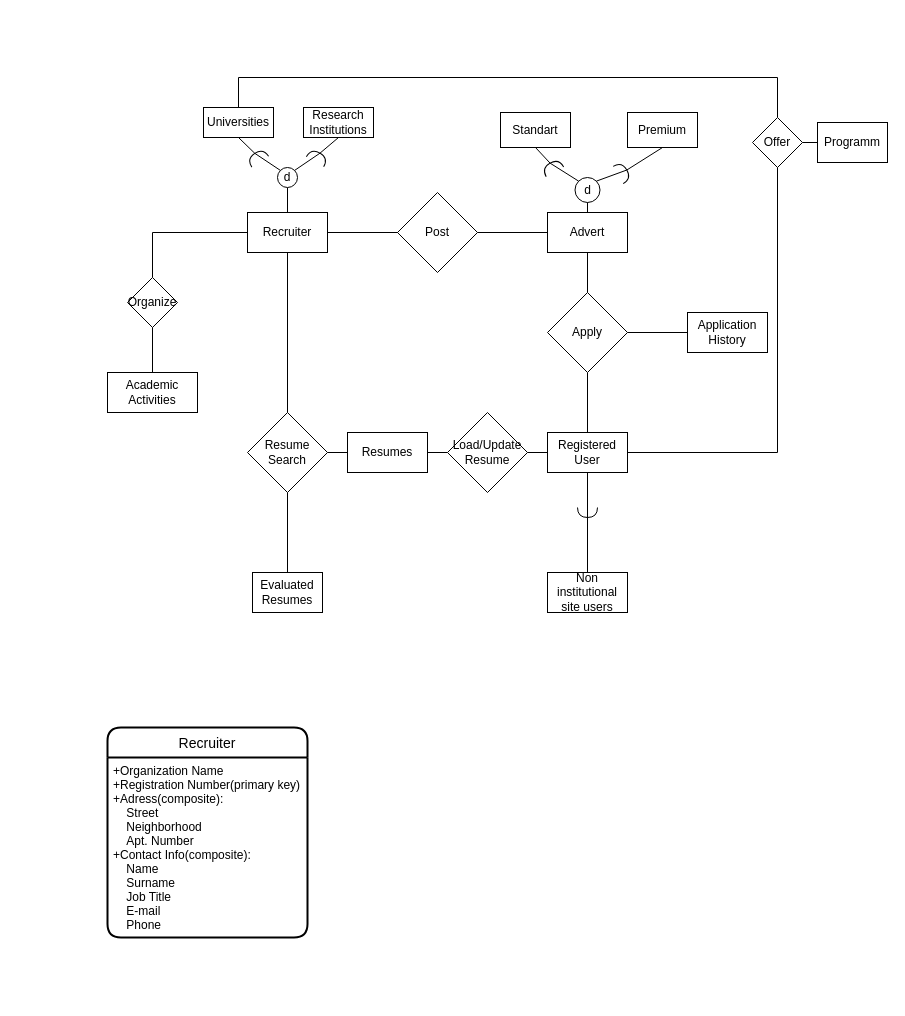
Above: Untitled Diagram.drawio in elkesh/intro_to_database (draw.io), before the change. Source tidied: cells renumbered, new cells numbered last; positions are measured from the earlier drawing's top-left corner, leaving out a move shared by most shapes. Both pictures are drawn from the tidied source at 100%, with x=0, y=0 at pixel (107, 77).
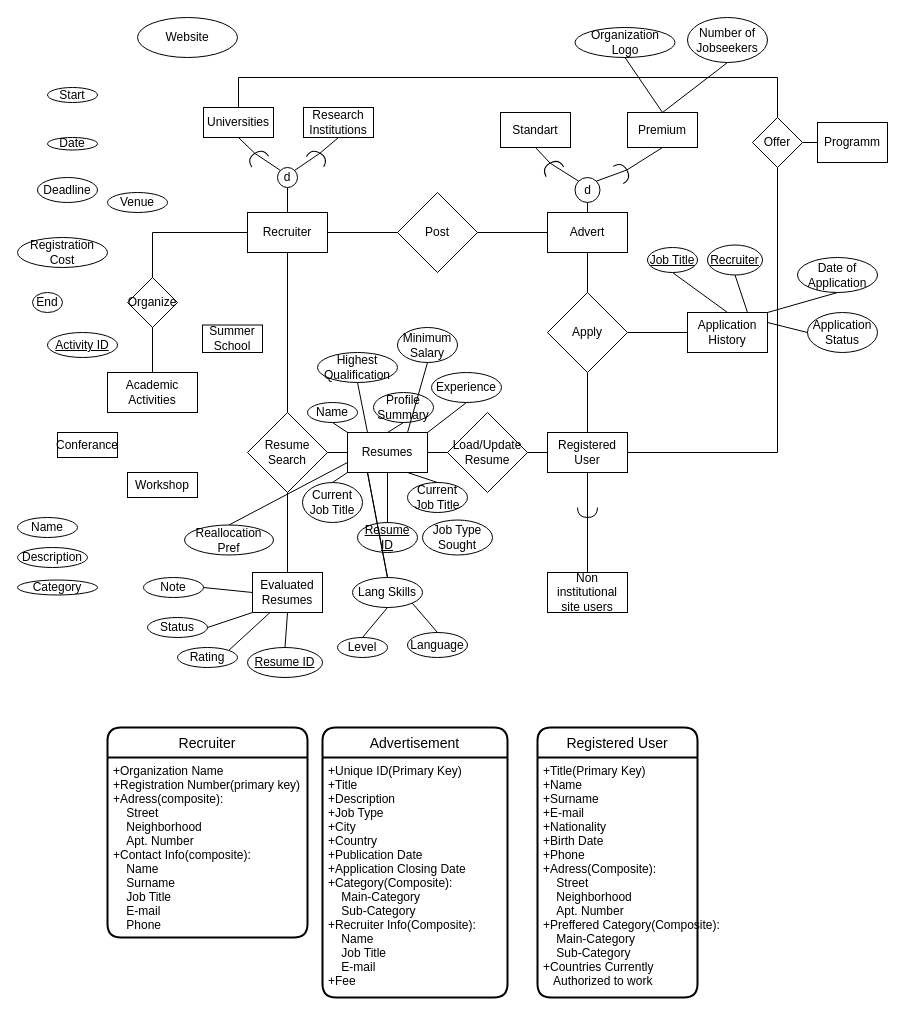
After the change.

Unchanged cells that the change refers to:
```xml
<mxCell id="6" value="Evaluated&lt;br&gt;Resumes" style="rounded=0;whiteSpace=wrap;html=1;" parent="1" vertex="1">
  <mxGeometry x="145" y="495" width="70" height="40" as="geometry" />
</mxCell>
<mxCell id="8" value="Resumes" style="rounded=0;whiteSpace=wrap;html=1;" parent="1" vertex="1">
  <mxGeometry x="240" y="355" width="80" height="40" as="geometry" />
</mxCell>
<mxCell id="18" value="Application&lt;br&gt;History" style="rounded=0;whiteSpace=wrap;html=1;" parent="1" vertex="1">
  <mxGeometry x="580" y="235" width="80" height="40" as="geometry" />
</mxCell>
<mxCell id="47" value="Premium" style="rounded=0;whiteSpace=wrap;html=1;" parent="1" vertex="1">
  <mxGeometry x="520" y="35" width="70" height="35" as="geometry" />
</mxCell>
```

The edit, as a diff of the source:
```diff
@@
+    <mxCell id="56" value="Advertisement" style="swimlane;horizontal=1;startSize=30;rounded=1;fontSize=14;fontStyle=0;strokeWidth=2;shadow=0;dashed=0;align=center;" parent="1" vertex="1">
+      <mxGeometry x="215" y="650" width="185" height="270" as="geometry" />
+    </mxCell>
+    <mxCell id="57" value="+Unique ID(Primary Key)&#10;+Title&#10;+Description&#10;+Job Type&#10;+City&#10;+Country&#10;+Publication Date&#10;+Application Closing Date&#10;+Category(Composite):&#10;    Main-Category&#10;    Sub-Category&#10;+Recruiter Info(Composite):&#10;    Name&#10;    Job Title&#10;    E-mail&#10;+Fee&#10;    " style="align=left;strokeColor=none;fillColor=none;spacingLeft=4;fontSize=12;verticalAlign=top;" parent="56" vertex="1">
+      <mxGeometry y="30" width="185" height="240" as="geometry" />
+    </mxCell>
+    <mxCell id="58" value="Organization Logo" style="ellipse;whiteSpace=wrap;html=1;align=center;" parent="1" vertex="1">
+      <mxGeometry x="467.5" y="-50" width="100" height="30" as="geometry" />
+    </mxCell>
+    <mxCell id="59" style="endArrow=none;html=1;rounded=0;entryX=0.5;entryY=0;entryDx=0;entryDy=0;exitX=0.5;exitY=1;exitDx=0;exitDy=0;" parent="1" edge="1" source="58" target="47">
+      <mxGeometry relative="1" as="geometry" />
+    </mxCell>
+    <mxCell id="60" value="Number of Jobseekers" style="ellipse;whiteSpace=wrap;html=1;align=center;" parent="1" vertex="1">
+      <mxGeometry x="580" y="-60" width="80" height="45" as="geometry" />
+    </mxCell>
+    <mxCell id="61" style="endArrow=none;html=1;rounded=0;exitX=0.5;exitY=0;exitDx=0;exitDy=0;entryX=0.5;entryY=1;entryDx=0;entryDy=0;" parent="1" edge="1" source="47" target="60">
+      <mxGeometry relative="1" as="geometry" />
+    </mxCell>
+    <mxCell id="62" value="Registered User" style="swimlane;horizontal=1;startSize=30;rounded=1;fontSize=14;fontStyle=0;strokeWidth=2;shadow=0;dashed=0;align=center;" parent="1" vertex="1">
+      <mxGeometry x="430" y="650" width="160" height="270" as="geometry" />
+    </mxCell>
+    <mxCell id="63" value="+Title(Primary Key)&#10;+Name&#10;+Surname&#10;+E-mail&#10;+Nationality&#10;+Birth Date&#10;+Phone&#10;+Adress(Composite):&#10;    Street&#10;    Neighborhood&#10;    Apt. Number&#10;+Preffered Category(Composite):&#10;    Main-Category&#10;    Sub-Category&#10;+Countries Currently &#10;   Authorized to work&#10;&#10;    " style="align=left;strokeColor=none;fillColor=none;spacingLeft=4;fontSize=12;verticalAlign=top;" parent="62" vertex="1">
+      <mxGeometry y="30" width="160" height="240" as="geometry" />
+    </mxCell>
+    <mxCell id="64" value="Name" style="ellipse;whiteSpace=wrap;html=1;align=center;" parent="1" vertex="1">
+      <mxGeometry x="200" y="325" width="50" height="20" as="geometry" />
+    </mxCell>
+    <mxCell id="65" value="Profile Summary" style="ellipse;whiteSpace=wrap;html=1;align=center;" parent="1" vertex="1">
+      <mxGeometry x="266" y="315" width="60" height="30" as="geometry" />
+    </mxCell>
+    <mxCell id="66" value="Current Job Title" style="ellipse;whiteSpace=wrap;html=1;align=center;" parent="1" vertex="1">
+      <mxGeometry x="195" y="405" width="60" height="40" as="geometry" />
+    </mxCell>
+    <mxCell id="67" value="Resume ID" style="ellipse;whiteSpace=wrap;html=1;align=center;fontStyle=4;" parent="1" vertex="1">
+      <mxGeometry x="250" y="445" width="60" height="30" as="geometry" />
+    </mxCell>
+    <mxCell id="68" value="Current Job Title" style="ellipse;whiteSpace=wrap;html=1;align=center;" parent="1" vertex="1">
+      <mxGeometry x="300" y="405" width="60" height="30" as="geometry" />
+    </mxCell>
+    <mxCell id="69" value="Experience" style="ellipse;whiteSpace=wrap;html=1;align=center;" parent="1" vertex="1">
+      <mxGeometry x="324" y="295" width="70" height="30" as="geometry" />
+    </mxCell>
+    <mxCell id="70" value="Job Type Sought" style="ellipse;whiteSpace=wrap;html=1;align=center;" parent="1" vertex="1">
+      <mxGeometry x="315" y="442.5" width="70" height="35" as="geometry" />
+    </mxCell>
+    <mxCell id="71" value="Minimum Salary" style="ellipse;whiteSpace=wrap;html=1;align=center;" parent="1" vertex="1">
+      <mxGeometry x="290" y="250" width="60" height="35" as="geometry" />
+    </mxCell>
+    <mxCell id="72" value="Highest Qualification" style="ellipse;whiteSpace=wrap;html=1;align=center;" parent="1" vertex="1">
+      <mxGeometry x="210" y="275" width="80" height="30" as="geometry" />
+    </mxCell>
+    <mxCell id="73" value="Lang Skills" style="ellipse;whiteSpace=wrap;html=1;align=center;" parent="1" vertex="1">
+      <mxGeometry x="245" y="500" width="70" height="30" as="geometry" />
+    </mxCell>
+    <mxCell id="74" value="Language" style="ellipse;whiteSpace=wrap;html=1;align=center;" parent="1" vertex="1">
+      <mxGeometry x="300" y="555" width="60" height="25" as="geometry" />
+    </mxCell>
+    <mxCell id="75" value="Level" style="ellipse;whiteSpace=wrap;html=1;align=center;" parent="1" vertex="1">
+      <mxGeometry x="230" y="560" width="50" height="20" as="geometry" />
+    </mxCell>
+    <mxCell id="76" value="Reallocation Pref" style="ellipse;whiteSpace=wrap;html=1;align=center;" parent="1" vertex="1">
+      <mxGeometry x="77" y="447.5" width="89" height="30" as="geometry" />
+    </mxCell>
+    <mxCell id="77" style="endArrow=none;html=1;rounded=0;exitX=0.5;exitY=0;exitDx=0;exitDy=0;entryX=0;entryY=1;entryDx=0;entryDy=0;" parent="1" edge="1" source="66" target="8">
+      <mxGeometry relative="1" as="geometry" />
+    </mxCell>
+    <mxCell id="78" style="endArrow=none;html=1;rounded=0;entryX=0.5;entryY=0;entryDx=0;entryDy=0;exitX=0.5;exitY=1;exitDx=0;exitDy=0;" parent="1" edge="1" source="8" target="67">
+      <mxGeometry relative="1" as="geometry" />
+    </mxCell>
+    <mxCell id="79" style="endArrow=none;html=1;rounded=0;entryX=0.5;entryY=0;entryDx=0;entryDy=0;exitX=0.75;exitY=1;exitDx=0;exitDy=0;" parent="1" edge="1" source="8" target="68">
+      <mxGeometry relative="1" as="geometry" />
+    </mxCell>
+    <mxCell id="80" style="endArrow=none;html=1;rounded=0;entryX=0.5;entryY=1;entryDx=0;entryDy=0;exitX=1;exitY=0;exitDx=0;exitDy=0;" parent="1" edge="1" source="8" target="69">
+      <mxGeometry relative="1" as="geometry" />
+    </mxCell>
+    <mxCell id="81" style="endArrow=none;html=1;rounded=0;entryX=0.5;entryY=1;entryDx=0;entryDy=0;exitX=0;exitY=0;exitDx=0;exitDy=0;" parent="1" edge="1" source="8" target="64">
+      <mxGeometry relative="1" as="geometry" />
+    </mxCell>
+    <mxCell id="82" style="endArrow=none;html=1;rounded=0;entryX=0.5;entryY=1;entryDx=0;entryDy=0;exitX=0.25;exitY=0;exitDx=0;exitDy=0;" parent="1" edge="1" source="8" target="72">
+      <mxGeometry relative="1" as="geometry" />
+    </mxCell>
+    <mxCell id="83" style="endArrow=none;html=1;rounded=0;entryX=0.5;entryY=1;entryDx=0;entryDy=0;exitX=0.5;exitY=0;exitDx=0;exitDy=0;" parent="1" edge="1" source="8" target="65">
+      <mxGeometry relative="1" as="geometry" />
+    </mxCell>
+    <mxCell id="84" style="endArrow=none;html=1;rounded=0;entryX=0.5;entryY=1;entryDx=0;entryDy=0;exitX=0.75;exitY=0;exitDx=0;exitDy=0;" parent="1" edge="1" source="8" target="71">
+      <mxGeometry relative="1" as="geometry" />
+    </mxCell>
+    <mxCell id="85" style="endArrow=none;html=1;rounded=0;exitX=0.5;exitY=0;exitDx=0;exitDy=0;entryX=0;entryY=0.75;entryDx=0;entryDy=0;" parent="1" edge="1" source="76" target="8">
+      <mxGeometry relative="1" as="geometry" />
+    </mxCell>
+    <mxCell id="86" style="endArrow=none;html=1;rounded=0;exitX=0.25;exitY=1;exitDx=0;exitDy=0;" parent="1" edge="1" source="8">
+      <mxGeometry relative="1" as="geometry">
+        <mxPoint x="260" y="395" as="targetPoint" />
+        <Array as="points">
+          <mxPoint x="280" y="500" />
+        </Array>
+      </mxGeometry>
+    </mxCell>
+    <mxCell id="87" style="endArrow=none;html=1;rounded=0;entryX=0.5;entryY=0;entryDx=0;entryDy=0;exitX=0.5;exitY=1;exitDx=0;exitDy=0;" parent="1" edge="1" source="73" target="75">
+      <mxGeometry relative="1" as="geometry" />
+    </mxCell>
+    <mxCell id="88" style="endArrow=none;html=1;rounded=0;entryX=0.5;entryY=0;entryDx=0;entryDy=0;exitX=1;exitY=1;exitDx=0;exitDy=0;" parent="1" edge="1" source="73" target="74">
+      <mxGeometry relative="1" as="geometry" />
+    </mxCell>
+    <mxCell id="89" style="endArrow=none;html=1;rounded=0;entryX=0.5;entryY=0;entryDx=0;entryDy=0;exitX=0.5;exitY=1;exitDx=0;exitDy=0;" parent="1" edge="1" source="90" target="18">
+      <mxGeometry relative="1" as="geometry" />
+    </mxCell>
+    <mxCell id="90" value="Job Title" style="ellipse;whiteSpace=wrap;html=1;align=center;fontStyle=4;" parent="1" vertex="1">
+      <mxGeometry x="540" y="170" width="50" height="25" as="geometry" />
+    </mxCell>
+    <mxCell id="91" value="Recruiter" style="ellipse;whiteSpace=wrap;html=1;align=center;fontStyle=4;" parent="1" vertex="1">
+      <mxGeometry x="600" y="167.5" width="55" height="30" as="geometry" />
+    </mxCell>
+    <mxCell id="92" style="endArrow=none;html=1;rounded=0;exitX=0.5;exitY=1;exitDx=0;exitDy=0;entryX=0.75;entryY=0;entryDx=0;entryDy=0;" parent="1" edge="1" source="91" target="18">
+      <mxGeometry relative="1" as="geometry" />
+    </mxCell>
+    <mxCell id="93" value="Date of Application" style="ellipse;whiteSpace=wrap;html=1;align=center;" parent="1" vertex="1">
+      <mxGeometry x="690" y="180" width="80" height="35" as="geometry" />
+    </mxCell>
+    <mxCell id="94" style="endArrow=none;html=1;rounded=0;exitX=1;exitY=0;exitDx=0;exitDy=0;entryX=0.5;entryY=1;entryDx=0;entryDy=0;" parent="1" edge="1" source="18" target="93">
+      <mxGeometry relative="1" as="geometry" />
+    </mxCell>
+    <mxCell id="95" value="Application Status" style="ellipse;whiteSpace=wrap;html=1;align=center;" parent="1" vertex="1">
+      <mxGeometry x="700" y="235" width="70" height="40" as="geometry" />
+    </mxCell>
+    <mxCell id="96" style="endArrow=none;html=1;rounded=0;exitX=1;exitY=0.25;exitDx=0;exitDy=0;entryX=0;entryY=0.5;entryDx=0;entryDy=0;" parent="1" edge="1" source="18" target="95">
+      <mxGeometry relative="1" as="geometry" />
+    </mxCell>
+    <mxCell id="97" value="Rating" style="ellipse;whiteSpace=wrap;html=1;align=center;" parent="1" vertex="1">
+      <mxGeometry x="70" y="570" width="60" height="20" as="geometry" />
+    </mxCell>
+    <mxCell id="98" value="Status" style="ellipse;whiteSpace=wrap;html=1;align=center;" parent="1" vertex="1">
+      <mxGeometry x="40" y="540" width="60" height="20" as="geometry" />
+    </mxCell>
+    <mxCell id="99" value="Resume ID" style="ellipse;whiteSpace=wrap;html=1;align=center;fontStyle=4;" parent="1" vertex="1">
+      <mxGeometry x="140" y="570" width="75" height="30" as="geometry" />
+    </mxCell>
+    <mxCell id="100" value="Note" style="ellipse;whiteSpace=wrap;html=1;align=center;" parent="1" vertex="1">
+      <mxGeometry x="36" y="500" width="60" height="20" as="geometry" />
+    </mxCell>
+    <mxCell id="101" style="endArrow=none;html=1;rounded=0;exitX=0.5;exitY=0;exitDx=0;exitDy=0;entryX=0.5;entryY=1;entryDx=0;entryDy=0;" parent="1" edge="1" source="99" target="6">
+      <mxGeometry relative="1" as="geometry" />
+    </mxCell>
+    <mxCell id="102" style="endArrow=none;html=1;rounded=0;exitX=1;exitY=0;exitDx=0;exitDy=0;entryX=0.25;entryY=1;entryDx=0;entryDy=0;" parent="1" edge="1" source="97" target="6">
+      <mxGeometry relative="1" as="geometry" />
+    </mxCell>
+    <mxCell id="103" style="endArrow=none;html=1;rounded=0;exitX=1;exitY=0.5;exitDx=0;exitDy=0;entryX=0;entryY=1;entryDx=0;entryDy=0;" parent="1" edge="1" source="98" target="6">
+      <mxGeometry relative="1" as="geometry" />
+    </mxCell>
+    <mxCell id="104" style="endArrow=none;html=1;rounded=0;exitX=1;exitY=0.5;exitDx=0;exitDy=0;entryX=0;entryY=0.5;entryDx=0;entryDy=0;" parent="1" edge="1" source="100" target="6">
+      <mxGeometry relative="1" as="geometry" />
+    </mxCell>
+    <mxCell id="105" value="Conferance" style="whiteSpace=wrap;html=1;align=center;" parent="1" vertex="1">
+      <mxGeometry x="-50" y="355" width="60" height="25" as="geometry" />
+    </mxCell>
+    <mxCell id="106" value="Workshop" style="whiteSpace=wrap;html=1;align=center;" parent="1" vertex="1">
+      <mxGeometry x="20" y="395" width="70" height="25" as="geometry" />
+    </mxCell>
+    <mxCell id="107" value="Summer School" style="whiteSpace=wrap;html=1;align=center;" parent="1" vertex="1">
+      <mxGeometry x="95" y="247.5" width="60" height="27.5" as="geometry" />
+    </mxCell>
+    <mxCell id="108" value="Activity ID" style="ellipse;whiteSpace=wrap;html=1;align=center;fontStyle=4;" parent="1" vertex="1">
+      <mxGeometry x="-60" y="255" width="70" height="25" as="geometry" />
+    </mxCell>
+    <mxCell id="109" value="Start" style="ellipse;whiteSpace=wrap;html=1;align=center;" parent="1" vertex="1">
+      <mxGeometry x="-60" y="10" width="50" height="15" as="geometry" />
+    </mxCell>
+    <mxCell id="110" value="Date" style="ellipse;whiteSpace=wrap;html=1;align=center;" parent="1" vertex="1">
+      <mxGeometry x="-60" y="60" width="50" height="12.5" as="geometry" />
+    </mxCell>
+    <mxCell id="111" value="Deadline" style="ellipse;whiteSpace=wrap;html=1;align=center;" parent="1" vertex="1">
+      <mxGeometry x="-70" y="100" width="60" height="25" as="geometry" />
+    </mxCell>
+    <mxCell id="112" value="Registration Cost" style="ellipse;whiteSpace=wrap;html=1;align=center;" parent="1" vertex="1">
+      <mxGeometry x="-90" y="160" width="90" height="30" as="geometry" />
+    </mxCell>
+    <mxCell id="113" value="Name" style="ellipse;whiteSpace=wrap;html=1;align=center;" parent="1" vertex="1">
+      <mxGeometry x="-90" y="440" width="60" height="20" as="geometry" />
+    </mxCell>
+    <mxCell id="114" value="Description" style="ellipse;whiteSpace=wrap;html=1;align=center;" parent="1" vertex="1">
+      <mxGeometry x="-90" y="470" width="70" height="20" as="geometry" />
+    </mxCell>
+    <mxCell id="115" value="Category" style="ellipse;whiteSpace=wrap;html=1;align=center;" parent="1" vertex="1">
+      <mxGeometry x="-90" y="502.5" width="80" height="15" as="geometry" />
+    </mxCell>
+    <mxCell id="116" value="Venue" style="ellipse;whiteSpace=wrap;html=1;align=center;" parent="1" vertex="1">
+      <mxGeometry y="115" width="60" height="20" as="geometry" />
+    </mxCell>
+    <mxCell id="117" value="Website" style="ellipse;whiteSpace=wrap;html=1;align=center;" parent="1" vertex="1">
+      <mxGeometry x="30" y="-60" width="100" height="40" as="geometry" />
+    </mxCell>
+    <mxCell id="118" value="End" style="ellipse;whiteSpace=wrap;html=1;align=center;" parent="1" vertex="1">
+      <mxGeometry x="-75" y="215" width="30" height="20" as="geometry" />
+    </mxCell>
```
